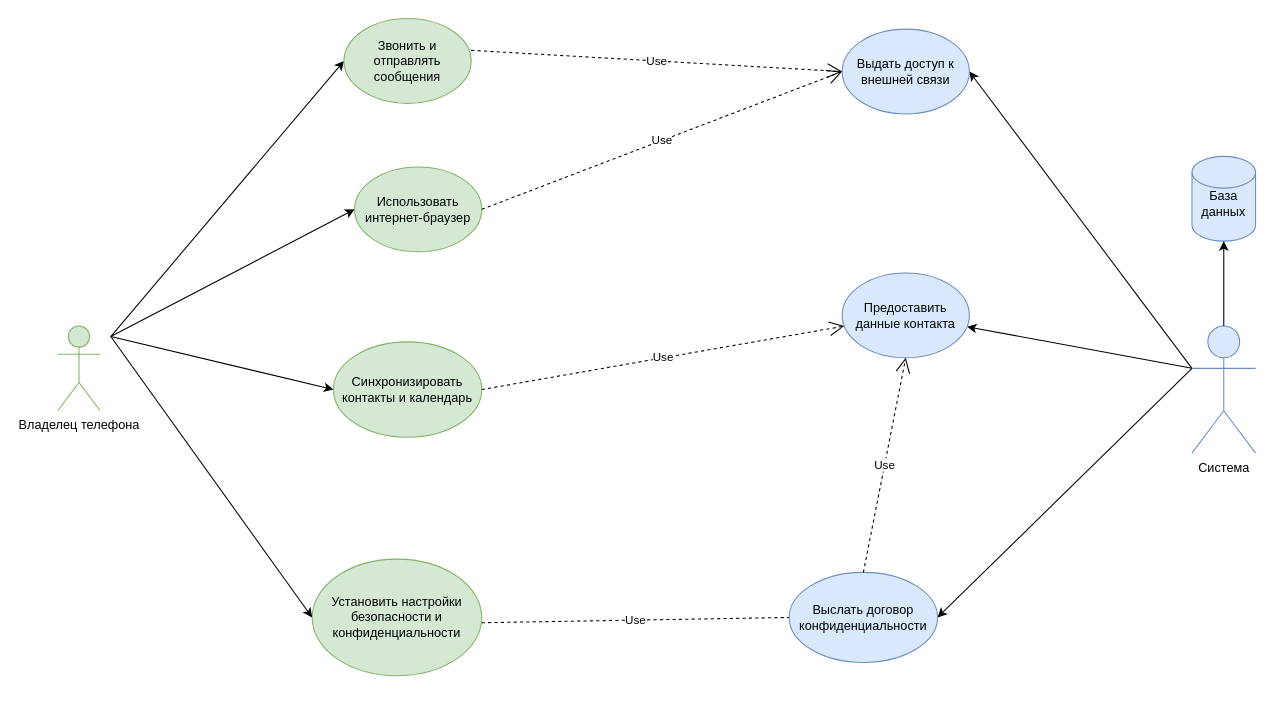
fpmi-tp2023/labrabota4gr14a-artyomshpakovski keeps this draw.io diagram as diagram of the use cases.drawio. Above is the earlier version. Source tidied: cells renumbered, new cells numbered last; positions are measured from the earlier drawing's top-left corner, leaving out a move shared by most shapes. Both pictures are drawn from the tidied source at 106%, with x=0, y=0 at pixel (57, 18).
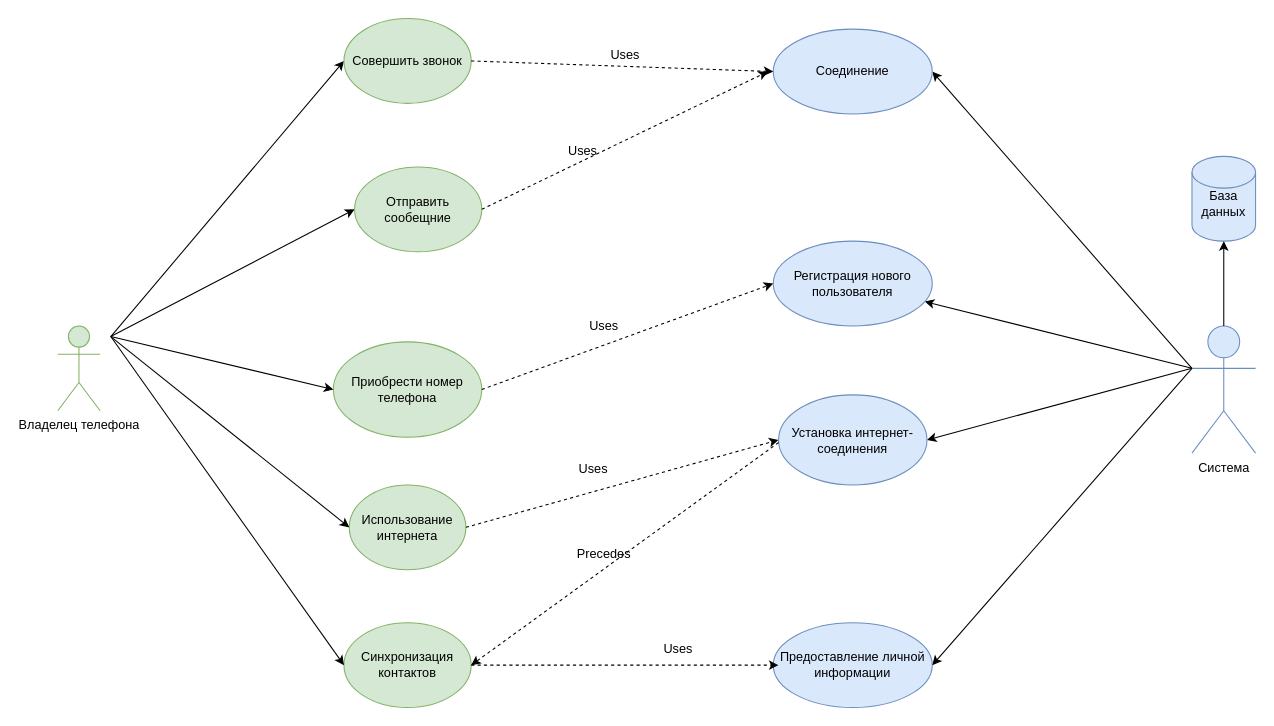
Above is the later version.

The edit, as a diff of the source:
```diff
@@
-    <mxCell id="4" value="Звонить и отправлять сообщения" style="ellipse;whiteSpace=wrap;html=1;fillColor=#d5e8d4;strokeColor=#82b366;" parent="1" vertex="1">
+    <mxCell id="4" value="Совершить звонок" style="ellipse;whiteSpace=wrap;html=1;fillColor=#d5e8d4;strokeColor=#82b366;" parent="1" vertex="1">
       <mxGeometry x="270" width="120" height="80" as="geometry" />
     </mxCell>
@@
-    <mxCell id="6" value="Использовать интернет-браузер" style="ellipse;whiteSpace=wrap;html=1;fillColor=#d5e8d4;strokeColor=#82b366;" parent="1" vertex="1">
+    <mxCell id="6" value="Отправить сообещние" style="ellipse;whiteSpace=wrap;html=1;fillColor=#d5e8d4;strokeColor=#82b366;" parent="1" vertex="1">
       <mxGeometry x="280" y="140" width="120" height="80" as="geometry" />
     </mxCell>
-    <mxCell id="7" value="Синхронизировать контакты и календарь" style="ellipse;whiteSpace=wrap;html=1;fillColor=#d5e8d4;strokeColor=#82b366;" parent="1" vertex="1">
+    <mxCell id="7" value="Приобрести номер телефона" style="ellipse;whiteSpace=wrap;html=1;fillColor=#d5e8d4;strokeColor=#82b366;" parent="1" vertex="1">
       <mxGeometry x="260" y="305" width="140" height="90" as="geometry" />
     </mxCell>
@@
-    <mxCell id="9" value="Установить настройки безопасности и конфиденциальности" style="ellipse;whiteSpace=wrap;html=1;fillColor=#d5e8d4;strokeColor=#82b366;" parent="1" vertex="1">
-      <mxGeometry x="240" y="510" width="160" height="110" as="geometry" />
+    <mxCell id="9" value="Использование интернета" style="ellipse;whiteSpace=wrap;html=1;fillColor=#d5e8d4;strokeColor=#82b366;" parent="1" vertex="1">
+      <mxGeometry x="275" y="440" width="110" height="80" as="geometry" />
     </mxCell>
@@
-    <mxCell id="13" value="Выдать доступ к внешней связи" style="ellipse;whiteSpace=wrap;html=1;fillColor=#dae8fc;strokeColor=#6c8ebf;" parent="1" vertex="1">
-      <mxGeometry x="740" y="10" width="120" height="80" as="geometry" />
+    <mxCell id="13" value="Соединение" style="ellipse;whiteSpace=wrap;html=1;fillColor=#dae8fc;strokeColor=#6c8ebf;" parent="1" vertex="1">
+      <mxGeometry x="675" y="10" width="150" height="80" as="geometry" />
     </mxCell>
@@
-    <mxCell id="15" value="&lt;div&gt;Предоставить данные контакта&lt;/div&gt;" style="ellipse;whiteSpace=wrap;html=1;fillColor=#dae8fc;strokeColor=#6c8ebf;" parent="1" vertex="1">
-      <mxGeometry x="740" y="240" width="120" height="80" as="geometry" />
+    <mxCell id="15" value="Регистрация нового пользователя" style="ellipse;whiteSpace=wrap;html=1;fillColor=#dae8fc;strokeColor=#6c8ebf;" parent="1" vertex="1">
+      <mxGeometry x="675" y="210" width="150" height="80" as="geometry" />
     </mxCell>
@@
-    <mxCell id="17" value="Выслать договор конфиденциальности" style="ellipse;whiteSpace=wrap;html=1;fillColor=#dae8fc;strokeColor=#6c8ebf;" parent="1" vertex="1">
-      <mxGeometry x="690" y="522.5" width="140" height="85" as="geometry" />
+    <mxCell id="17" value="Установка интернет-соединения" style="ellipse;whiteSpace=wrap;html=1;fillColor=#dae8fc;strokeColor=#6c8ebf;" parent="1" vertex="1">
+      <mxGeometry x="680" y="355" width="140" height="85" as="geometry" />
     </mxCell>
@@
-    <mxCell id="21" value="Use" style="endArrow=open;endSize=12;dashed=1;html=1;rounded=0;exitX=1;exitY=0.5;exitDx=0;exitDy=0;" parent="1" edge="1" source="7" target="15">
-      <mxGeometry relative="1" as="geometry" />
-    </mxCell>
-    <mxCell id="22" value="Use" style="endArrow=none;endSize=12;dashed=1;html=1;rounded=0;exitX=1;exitY=0.5;exitDx=0;exitDy=0;entryX=0;entryY=0.5;entryDx=0;entryDy=0;endFill=0;" parent="1" edge="1" target="17">
-      <mxGeometry relative="1" as="geometry">
-        <mxPoint x="400" y="570" as="sourcePoint" />
-      </mxGeometry>
-    </mxCell>
-    <mxCell id="23" value="Use" style="endArrow=open;endSize=12;dashed=1;html=1;rounded=0;exitX=0.5;exitY=0;exitDx=0;exitDy=0;entryX=0.5;entryY=1;entryDx=0;entryDy=0;" parent="1" edge="1" source="17" target="15">
-      <mxGeometry relative="1" as="geometry" />
-    </mxCell>
-    <mxCell id="24" value="Use" style="endArrow=open;endSize=12;dashed=1;html=1;rounded=0;exitX=1;exitY=0.5;exitDx=0;exitDy=0;entryX=0;entryY=0.5;entryDx=0;entryDy=0;" parent="1" edge="1" target="13">
-      <mxGeometry relative="1" as="geometry">
-        <mxPoint x="400" y="180" as="sourcePoint" />
-      </mxGeometry>
-    </mxCell>
-    <mxCell id="25" value="Use" style="endArrow=open;endSize=12;dashed=1;html=1;rounded=0;exitX=1;exitY=0.5;exitDx=0;exitDy=0;entryX=0;entryY=0.5;entryDx=0;entryDy=0;" parent="1" edge="1" target="13">
-      <mxGeometry relative="1" as="geometry">
-        <mxPoint x="390" y="30" as="sourcePoint" />
-      </mxGeometry>
-    </mxCell>
+    <mxCell id="26" value="Синхронизация контактов" style="ellipse;whiteSpace=wrap;html=1;fillColor=#d5e8d4;strokeColor=#82b366;" parent="1" vertex="1">
+      <mxGeometry x="270" y="570" width="120" height="80" as="geometry" />
+    </mxCell>
+    <mxCell id="27" style="endArrow=classic;html=1;rounded=0;entryX=0;entryY=0.5;entryDx=0;entryDy=0;" parent="1" edge="1" target="26">
+      <mxGeometry relative="1" as="geometry">
+        <mxPoint x="50" y="300" as="sourcePoint" />
+      </mxGeometry>
+    </mxCell>
+    <mxCell id="28" value="Предоставление личной информации" style="ellipse;whiteSpace=wrap;html=1;fillColor=#dae8fc;strokeColor=#6c8ebf;" parent="1" vertex="1">
+      <mxGeometry x="675" y="570" width="150" height="80" as="geometry" />
+    </mxCell>
+    <mxCell id="29" style="endArrow=classic;html=1;rounded=0;entryX=1;entryY=0.5;entryDx=0;entryDy=0;" parent="1" edge="1" target="28">
+      <mxGeometry relative="1" as="geometry">
+        <mxPoint x="1070" y="330" as="sourcePoint" />
+      </mxGeometry>
+    </mxCell>
+    <mxCell id="30" value="Uses" style="text;html=1;align=center;verticalAlign=middle;strokeColor=none;fillColor=none;" parent="1" vertex="1">
+      <mxGeometry x="510" y="20" width="50" height="30" as="geometry" />
+    </mxCell>
+    <mxCell id="31" style="endArrow=classic;html=1;rounded=0;exitX=1;exitY=0.5;exitDx=0;exitDy=0;entryX=0;entryY=0.5;entryDx=0;entryDy=0;dashed=1;" parent="1" edge="1" source="4" target="13">
+      <mxGeometry relative="1" as="geometry" />
+    </mxCell>
+    <mxCell id="32" style="endArrow=classic;html=1;rounded=0;exitX=1;exitY=0.5;exitDx=0;exitDy=0;dashed=1;" parent="1" edge="1" source="6">
+      <mxGeometry relative="1" as="geometry">
+        <mxPoint x="670" y="50" as="targetPoint" />
+      </mxGeometry>
+    </mxCell>
+    <mxCell id="33" value="Uses" style="text;html=1;align=center;verticalAlign=middle;strokeColor=none;fillColor=none;" parent="1" vertex="1">
+      <mxGeometry x="470" y="110" width="50" height="30" as="geometry" />
+    </mxCell>
+    <mxCell id="34" style="endArrow=classic;html=1;rounded=0;exitX=1;exitY=0.5;exitDx=0;exitDy=0;dashed=1;entryX=0;entryY=0.5;entryDx=0;entryDy=0;" parent="1" edge="1" target="15">
+      <mxGeometry relative="1" as="geometry">
+        <mxPoint x="400" y="350" as="sourcePoint" />
+      </mxGeometry>
+    </mxCell>
+    <mxCell id="35" style="endArrow=classic;html=1;rounded=0;exitX=1;exitY=0.5;exitDx=0;exitDy=0;dashed=1;entryX=0;entryY=0.5;entryDx=0;entryDy=0;" parent="1" edge="1" target="17">
+      <mxGeometry relative="1" as="geometry">
+        <mxPoint x="385" y="480" as="sourcePoint" />
+      </mxGeometry>
+    </mxCell>
+    <mxCell id="36" style="endArrow=classic;html=1;rounded=0;dashed=1;entryX=1;entryY=0.5;entryDx=0;entryDy=0;" parent="1" edge="1" target="26">
+      <mxGeometry relative="1" as="geometry">
+        <mxPoint x="680" y="400" as="sourcePoint" />
+      </mxGeometry>
+    </mxCell>
+    <mxCell id="37" style="endArrow=classic;html=1;rounded=0;exitX=1;exitY=0.5;exitDx=0;exitDy=0;dashed=1;entryX=0.033;entryY=0.5;entryDx=0;entryDy=0;entryPerimeter=0;" parent="1" edge="1" target="28">
+      <mxGeometry relative="1" as="geometry">
+        <mxPoint x="390" y="610" as="sourcePoint" />
+      </mxGeometry>
+    </mxCell>
+    <mxCell id="38" value="Uses" style="text;html=1;align=center;verticalAlign=middle;strokeColor=none;fillColor=none;" parent="1" vertex="1">
+      <mxGeometry x="490" y="275" width="50" height="30" as="geometry" />
+    </mxCell>
+    <mxCell id="39" value="Uses" style="text;html=1;align=center;verticalAlign=middle;strokeColor=none;fillColor=none;" parent="1" vertex="1">
+      <mxGeometry x="480" y="410" width="50" height="30" as="geometry" />
+    </mxCell>
+    <mxCell id="40" value="Uses" style="text;html=1;align=center;verticalAlign=middle;strokeColor=none;fillColor=none;" parent="1" vertex="1">
+      <mxGeometry x="560" y="580" width="50" height="30" as="geometry" />
+    </mxCell>
+    <mxCell id="41" value="Precedes" style="text;html=1;align=center;verticalAlign=middle;strokeColor=none;fillColor=none;" parent="1" vertex="1">
+      <mxGeometry x="480" y="490" width="70" height="30" as="geometry" />
+    </mxCell>
```
